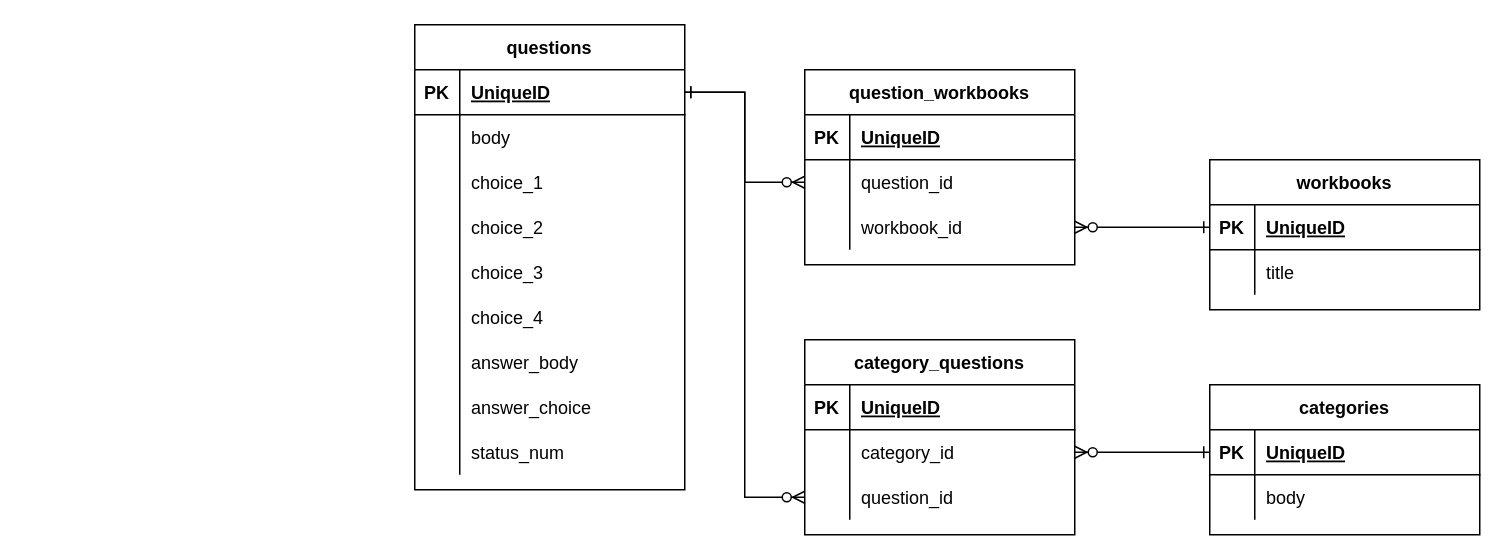
This is backend/databasemap.dio from RealXiaoLin/php-project01, a draw.io file, before an edit. Source tidied: cells renumbered, new cells numbered last; positions are measured from the earlier drawing's top-left corner, leaving out a move shared by most shapes. Both pictures are drawn from the tidied source at 150%, with x=0, y=0 at pixel (414, 24).
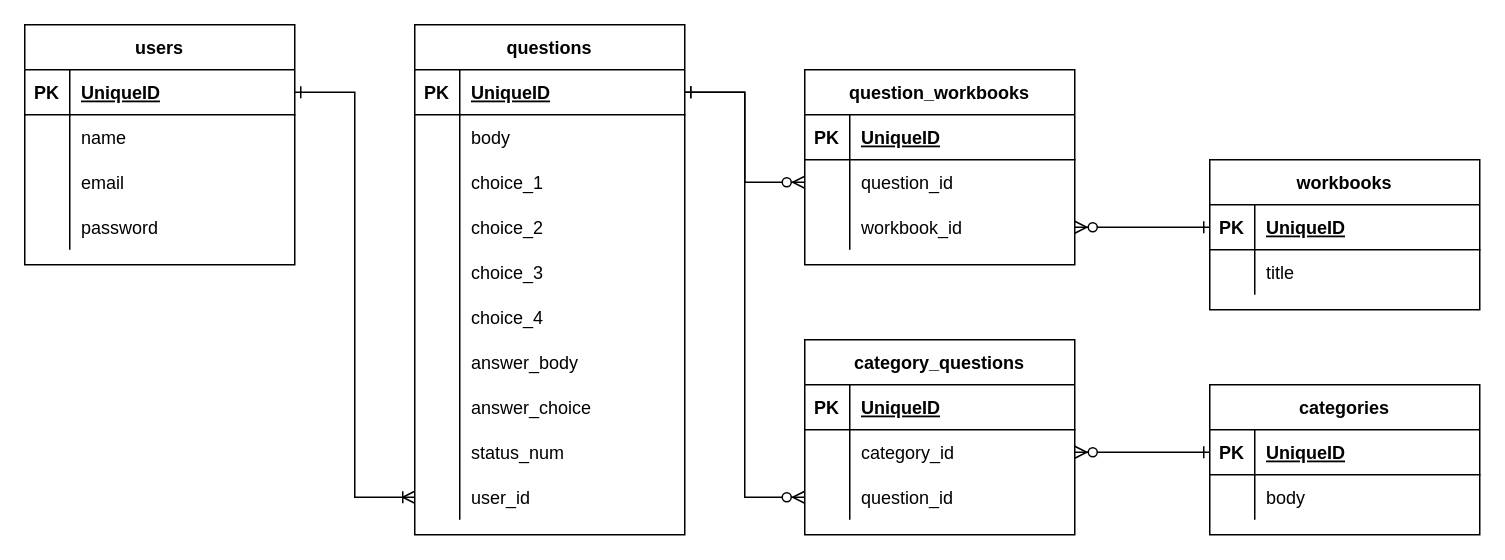
The same diagram, later.

Diff of the diagram source:
```diff
@@
     <mxCell id="2" value="questions" style="shape=table;startSize=30;childLayout=tableLayout;rowLines=0;fontStyle=1;align=center;" parent="1" vertex="1">
-      <mxGeometry width="180" height="310" as="geometry" />
+      <mxGeometry width="180" height="340" as="geometry" />
     </mxCell>
@@
+    <mxCell id="68" style="shape=partialRectangle;fillColor=none;top=0;left=0;bottom=0;right=0;points=[[0,0.5],[1,0.5]];portConstraint=eastwest;" parent="2" vertex="1">
+      <mxGeometry y="300" width="180" height="30" as="geometry" />
+    </mxCell>
+    <mxCell id="69" style="shape=partialRectangle;fillColor=none;top=0;left=0;bottom=0;right=0;overflow=hidden;" parent="68" vertex="1">
+      <mxGeometry width="30" height="30" as="geometry" />
+    </mxCell>
+    <mxCell id="70" value="user_id" style="shape=partialRectangle;fillColor=none;top=0;left=0;bottom=0;right=0;align=left;spacingLeft=6;overflow=hidden;" parent="68" vertex="1">
+      <mxGeometry x="30" width="150" height="30" as="geometry" />
+    </mxCell>
@@
+    <mxCell id="71" style="edgeStyle=orthogonalEdgeStyle;rounded=0;jettySize=auto;html=1;entryX=0;entryY=0.5;entryDx=0;entryDy=0;exitX=1;exitY=0.5;exitDx=0;exitDy=0;startArrow=ERone;startFill=0;endArrow=ERoneToMany;endFill=0;" parent="1" edge="1" source="73" target="68">
+      <mxGeometry relative="1" as="geometry" />
+    </mxCell>
+    <mxCell id="72" value="users" style="shape=table;startSize=30;childLayout=tableLayout;rowLines=0;fontStyle=1;align=center;" parent="1" vertex="1">
+      <mxGeometry x="-260" width="180" height="160" as="geometry" />
+    </mxCell>
+    <mxCell id="73" style="shape=partialRectangle;fillColor=none;top=0;left=0;bottom=1;right=0;points=[[0,0.5],[1,0.5]];portConstraint=eastwest;" parent="72" vertex="1">
+      <mxGeometry y="30" width="180" height="30" as="geometry" />
+    </mxCell>
+    <mxCell id="74" value="PK" style="shape=partialRectangle;fillColor=none;top=0;left=0;bottom=0;right=0;fontStyle=1;overflow=hidden;" parent="73" vertex="1">
+      <mxGeometry width="30" height="30" as="geometry" />
+    </mxCell>
+    <mxCell id="75" value="UniqueID" style="shape=partialRectangle;fillColor=none;top=0;left=0;bottom=0;right=0;align=left;spacingLeft=6;fontStyle=5;overflow=hidden;" parent="73" vertex="1">
+      <mxGeometry x="30" width="150" height="30" as="geometry" />
+    </mxCell>
+    <mxCell id="76" style="shape=partialRectangle;fillColor=none;top=0;left=0;bottom=0;right=0;" parent="72" vertex="1">
+      <mxGeometry y="60" width="180" height="30" as="geometry" />
+    </mxCell>
+    <mxCell id="77" style="shape=partialRectangle;fillColor=none;top=0;left=0;bottom=0;right=0;overflow=hidden;" parent="76" vertex="1">
+      <mxGeometry width="30" height="30" as="geometry" />
+    </mxCell>
+    <mxCell id="78" value="name" style="shape=partialRectangle;fillColor=none;top=0;left=0;bottom=0;right=0;align=left;spacingLeft=6;overflow=hidden;" parent="76" vertex="1">
+      <mxGeometry x="30" width="150" height="30" as="geometry" />
+    </mxCell>
+    <mxCell id="79" style="shape=partialRectangle;fillColor=none;top=0;left=0;bottom=0;right=0;" parent="72" vertex="1">
+      <mxGeometry y="90" width="180" height="30" as="geometry" />
+    </mxCell>
+    <mxCell id="80" style="shape=partialRectangle;fillColor=none;top=0;left=0;bottom=0;right=0;overflow=hidden;" parent="79" vertex="1">
+      <mxGeometry width="30" height="30" as="geometry" />
+    </mxCell>
+    <mxCell id="81" value="email" style="shape=partialRectangle;fillColor=none;top=0;left=0;bottom=0;right=0;align=left;spacingLeft=6;overflow=hidden;" parent="79" vertex="1">
+      <mxGeometry x="30" width="150" height="30" as="geometry" />
+    </mxCell>
+    <mxCell id="82" style="shape=partialRectangle;fillColor=none;top=0;left=0;bottom=0;right=0;" parent="72" vertex="1">
+      <mxGeometry y="120" width="180" height="30" as="geometry" />
+    </mxCell>
+    <mxCell id="83" style="shape=partialRectangle;fillColor=none;top=0;left=0;bottom=0;right=0;overflow=hidden;" parent="82" vertex="1">
+      <mxGeometry width="30" height="30" as="geometry" />
+    </mxCell>
+    <mxCell id="84" value="password" style="shape=partialRectangle;fillColor=none;top=0;left=0;bottom=0;right=0;align=left;spacingLeft=6;overflow=hidden;" parent="82" vertex="1">
+      <mxGeometry x="30" width="150" height="30" as="geometry" />
+    </mxCell>
```
